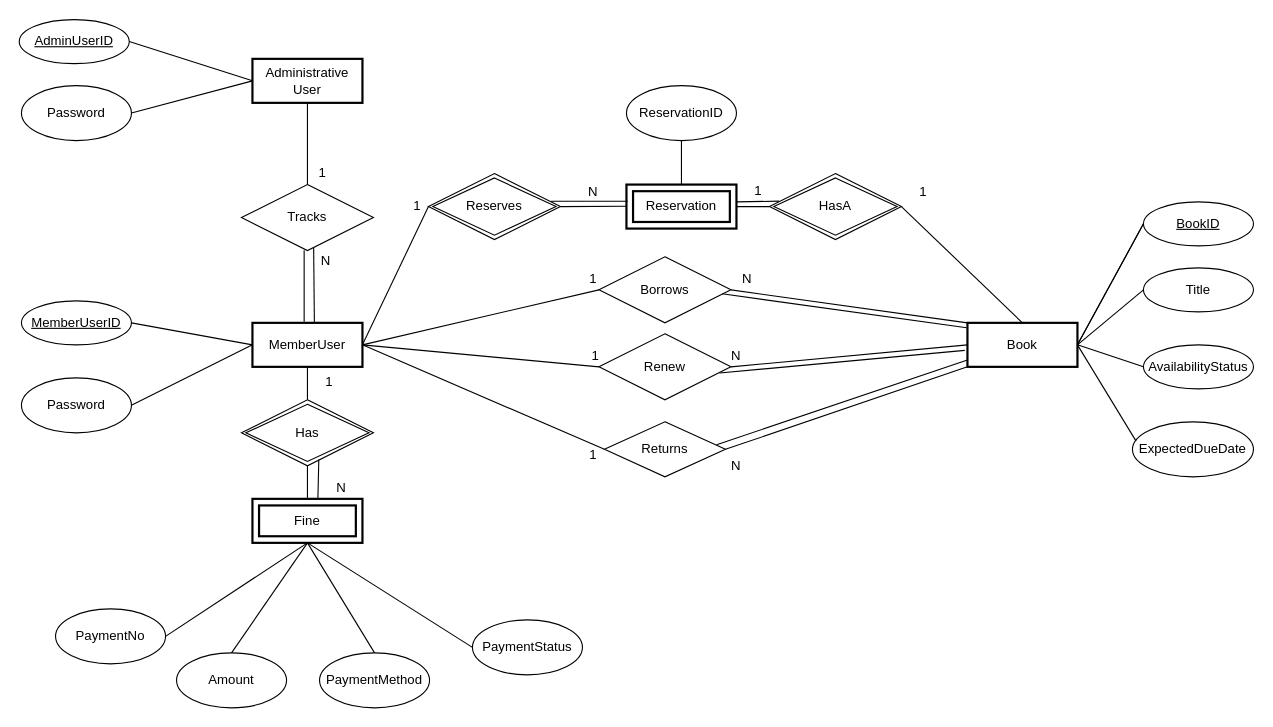
The draw.io diagram page "page3 (edited)" (2 of 5) of Untitled Diagram.drawio in kevinmingtarja/bt2102-ILS, before the edit. Source tidied: cells renumbered, new cells numbered last; positions are measured from the earlier drawing's top-left corner, leaving out a move shared by most shapes. Both pictures are drawn from the tidied source at 110%, with x=0, y=0 at pixel (19, 19).
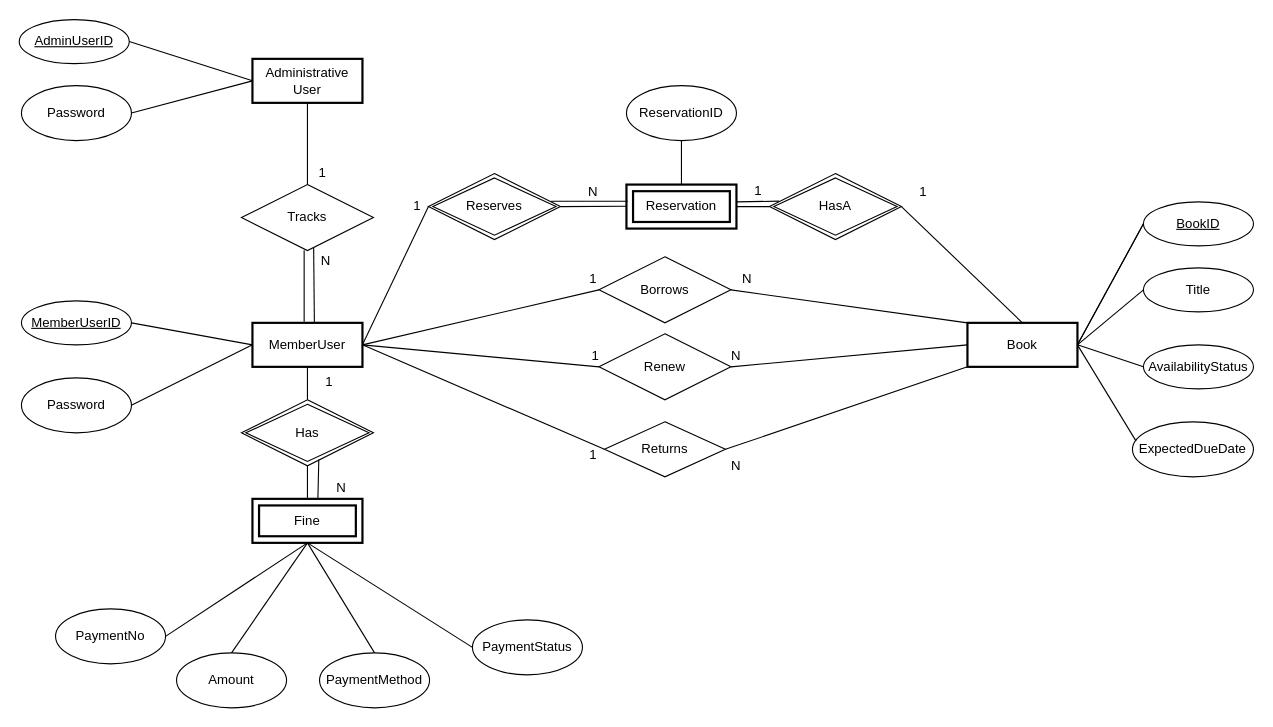
After the change.

The change refers to these unchanged cells:
```xml
<mxCell id="3" value="Book" style="whiteSpace=wrap;html=1;align=center;strokeWidth=2;" parent="1" vertex="1">
  <mxGeometry x="862" y="276" width="100" height="40" as="geometry" />
</mxCell>
<mxCell id="4" value="Borrows" style="shape=rhombus;perimeter=rhombusPerimeter;whiteSpace=wrap;html=1;align=center;" parent="1" vertex="1">
  <mxGeometry x="527" y="216" width="120" height="60" as="geometry" />
</mxCell>
<mxCell id="9" value="Renew" style="shape=rhombus;perimeter=rhombusPerimeter;whiteSpace=wrap;html=1;align=center;" parent="1" vertex="1">
  <mxGeometry x="527" y="286" width="120" height="60" as="geometry" />
</mxCell>
<mxCell id="20" value="Returns" style="rhombus;whiteSpace=wrap;html=1;" parent="1" vertex="1">
  <mxGeometry x="532" y="366" width="110" height="50" as="geometry" />
</mxCell>
```

The edit, as a diff of the source:
```diff
@@
-    <mxCell id="70" style="endArrow=none;html=1;rounded=0;entryX=0.927;entryY=0.417;entryDx=0;entryDy=0;exitX=0;exitY=1;exitDx=0;exitDy=0;entryPerimeter=0;" parent="1" edge="1" target="20">
-      <mxGeometry relative="1" as="geometry">
-        <mxPoint x="862" y="309.8" as="sourcePoint" />
-      </mxGeometry>
-    </mxCell>
-    <mxCell id="71" style="endArrow=none;html=1;rounded=0;entryX=0.933;entryY=0.56;entryDx=0;entryDy=0;entryPerimeter=0;exitX=-0.007;exitY=0.111;exitDx=0;exitDy=0;exitPerimeter=0;" parent="1" edge="1" source="3" target="4">
-      <mxGeometry relative="1" as="geometry" />
-    </mxCell>
-    <mxCell id="72" style="endArrow=none;html=1;rounded=0;entryX=0.914;entryY=0.593;entryDx=0;entryDy=0;exitX=-0.024;exitY=0.625;exitDx=0;exitDy=0;entryPerimeter=0;exitPerimeter=0;" parent="1" edge="1" source="3" target="9">
-      <mxGeometry relative="1" as="geometry" />
-    </mxCell>
```
